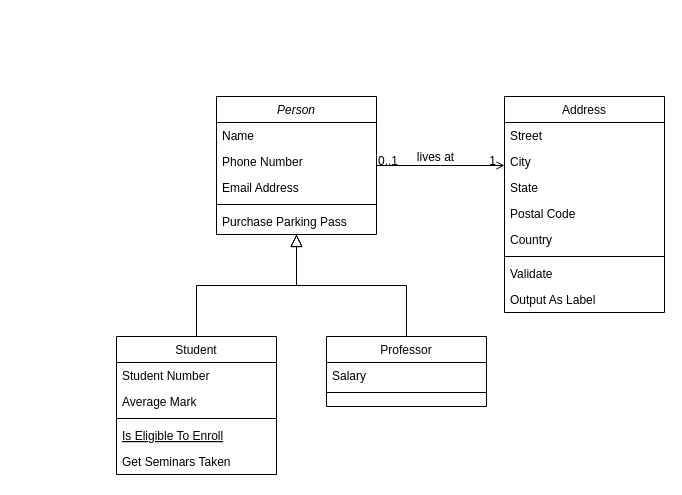
This is TelegramBotSender.drawio from lero4ka1095/CoreRepository, a draw.io file, before an edit. Source tidied: cells renumbered, new cells numbered last; positions are measured from the earlier drawing's top-left corner, leaving out a move shared by most shapes. Both pictures are drawn from the tidied source at 100%, with x=0, y=0 at pixel (116, 96).
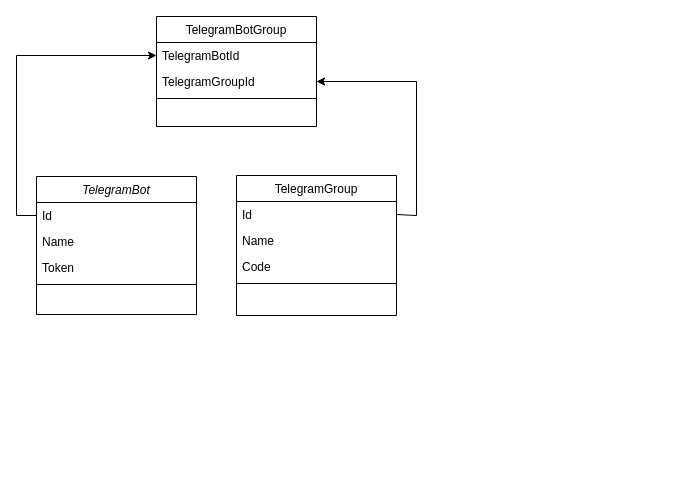
Above is the later version.

The edit, as a diff of the source:
```diff
@@
-    <mxCell id="2" value="Person" style="swimlane;fontStyle=2;align=center;verticalAlign=top;horizontal=1;startSize=26;rounded=0;shadow=0;strokeWidth=1;" parent="1" vertex="1">
-      <mxGeometry x="100" width="160" height="138" as="geometry" />
+    <mxCell id="2" value="TelegramBot" style="swimlane;fontStyle=2;align=center;verticalAlign=top;horizontal=1;startSize=26;rounded=0;shadow=0;strokeWidth=1;" parent="1" vertex="1">
+      <mxGeometry x="-80" y="80" width="160" height="138" as="geometry" />
     </mxCell>
-    <mxCell id="3" value="Name" style="text;align=left;verticalAlign=top;spacingLeft=4;spacingRight=4;overflow=hidden;points=[[0,0.5],[1,0.5]];portConstraint=eastwest;" parent="2" vertex="1">
+    <mxCell id="3" value="Id" style="text;align=left;verticalAlign=top;spacingLeft=4;spacingRight=4;overflow=hidden;points=[[0,0.5],[1,0.5]];portConstraint=eastwest;" parent="2" vertex="1">
       <mxGeometry y="26" width="160" height="26" as="geometry" />
     </mxCell>
-    <mxCell id="4" value="Phone Number" style="text;align=left;verticalAlign=top;spacingLeft=4;spacingRight=4;overflow=hidden;rounded=0;shadow=0;html=0;" parent="2" vertex="1">
+    <mxCell id="4" value="Name" style="text;align=left;verticalAlign=top;spacingLeft=4;spacingRight=4;overflow=hidden;rounded=0;shadow=0;html=0;" parent="2" vertex="1">
       <mxGeometry y="52" width="160" height="26" as="geometry" />
     </mxCell>
-    <mxCell id="5" value="Email Address" style="text;align=left;verticalAlign=top;spacingLeft=4;spacingRight=4;overflow=hidden;rounded=0;shadow=0;html=0;" parent="2" vertex="1">
+    <mxCell id="5" value="Token" style="text;align=left;verticalAlign=top;spacingLeft=4;spacingRight=4;overflow=hidden;rounded=0;shadow=0;html=0;" parent="2" vertex="1">
       <mxGeometry y="78" width="160" height="26" as="geometry" />
     </mxCell>
@@
-    <mxCell id="7" value="Purchase Parking Pass" style="text;align=left;verticalAlign=top;spacingLeft=4;spacingRight=4;overflow=hidden;" parent="2" vertex="1">
-      <mxGeometry y="112" width="160" height="26" as="geometry" />
-    </mxCell>
+    <mxCell id="32" style="edgeStyle=orthogonalEdgeStyle;rounded=0;jettySize=auto;html=1;startArrow=classic;startFill=1;endArrow=none;endFill=0;entryX=1;entryY=0.5;entryDx=0;entryDy=0;" parent="1" edge="1" source="10" target="20">
+      <mxGeometry relative="1" as="geometry">
+        <Array as="points">
+          <mxPoint x="300" y="-15" />
+          <mxPoint x="300" y="119" />
+          <mxPoint x="280" y="119" />
+        </Array>
+      </mxGeometry>
+    </mxCell>
-    <mxCell id="8" value="Student" style="swimlane;fontStyle=0;align=center;verticalAlign=top;horizontal=1;startSize=26;rounded=0;shadow=0;strokeWidth=1;" parent="1" vertex="1">
-      <mxGeometry y="240" width="160" height="138" as="geometry" />
+    <mxCell id="8" value="TelegramBotGroup" style="swimlane;fontStyle=0;align=center;verticalAlign=top;horizontal=1;startSize=26;rounded=0;shadow=0;strokeWidth=1;" parent="1" vertex="1">
+      <mxGeometry x="40" y="-80" width="160" height="110" as="geometry" />
     </mxCell>
-    <mxCell id="9" value="Student Number" style="text;align=left;verticalAlign=top;spacingLeft=4;spacingRight=4;overflow=hidden;points=[[0,0.5],[1,0.5]];portConstraint=eastwest;" parent="8" vertex="1">
+    <mxCell id="9" value="TelegramBotId" style="text;align=left;verticalAlign=top;spacingLeft=4;spacingRight=4;overflow=hidden;points=[[0,0.5],[1,0.5]];portConstraint=eastwest;" parent="8" vertex="1">
       <mxGeometry y="26" width="160" height="26" as="geometry" />
     </mxCell>
-    <mxCell id="10" value="Average Mark" style="text;align=left;verticalAlign=top;spacingLeft=4;spacingRight=4;overflow=hidden;points=[[0,0.5],[1,0.5]];portConstraint=eastwest;rounded=0;shadow=0;html=0;" parent="8" vertex="1">
+    <mxCell id="10" value="TelegramGroupId" style="text;align=left;verticalAlign=top;spacingLeft=4;spacingRight=4;overflow=hidden;points=[[0,0.5],[1,0.5]];portConstraint=eastwest;rounded=0;shadow=0;html=0;" parent="8" vertex="1">
       <mxGeometry y="52" width="160" height="26" as="geometry" />
     </mxCell>
@@
-    <mxCell id="12" value="Is Eligible To Enroll" style="text;align=left;verticalAlign=top;spacingLeft=4;spacingRight=4;overflow=hidden;fontStyle=4;" parent="8" vertex="1">
-      <mxGeometry y="86" width="160" height="26" as="geometry" />
-    </mxCell>
-    <mxCell id="13" value="Get Seminars Taken" style="text;align=left;verticalAlign=top;spacingLeft=4;spacingRight=4;overflow=hidden;" parent="8" vertex="1">
-      <mxGeometry y="112" width="160" height="26" as="geometry" />
-    </mxCell>
-    <mxCell id="14" style="endArrow=block;endSize=10;endFill=0;shadow=0;strokeWidth=1;rounded=0;edgeStyle=elbowEdgeStyle;elbow=vertical;" parent="1" edge="1" source="8" target="2">
-      <mxGeometry relative="1" as="geometry" />
+    <mxCell id="14" style="endArrow=none;endSize=10;endFill=0;shadow=0;strokeWidth=1;rounded=0;edgeStyle=elbowEdgeStyle;elbow=vertical;startArrow=classic;startFill=1;" parent="1" edge="1" source="9" target="3">
+      <mxGeometry relative="1" as="geometry">
+        <Array as="points">
+          <mxPoint x="-100" y="40" />
+          <mxPoint x="-100" y="50" />
+          <mxPoint x="20" y="200" />
+          <mxPoint x="-100" y="130" />
+        </Array>
+      </mxGeometry>
     </mxCell>
-    <mxCell id="15" value="Professor" style="swimlane;fontStyle=0;align=center;verticalAlign=top;horizontal=1;startSize=26;rounded=0;shadow=0;strokeWidth=1;" parent="1" vertex="1">
-      <mxGeometry x="210" y="240" width="160" height="70" as="geometry" />
-    </mxCell>
-    <mxCell id="16" value="Salary" style="text;align=left;verticalAlign=top;spacingLeft=4;spacingRight=4;overflow=hidden;" parent="15" vertex="1">
-      <mxGeometry y="26" width="160" height="26" as="geometry" />
-    </mxCell>
-    <mxCell id="17" style="line;html=1;strokeWidth=1;align=left;verticalAlign=middle;spacingTop=-1;spacingLeft=3;spacingRight=3;labelPosition=right;" parent="15" vertex="1">
-      <mxGeometry y="52" width="160" height="8" as="geometry" />
-    </mxCell>
-    <mxCell id="18" style="endArrow=block;endSize=10;endFill=0;shadow=0;strokeWidth=1;rounded=0;edgeStyle=elbowEdgeStyle;elbow=vertical;" parent="1" edge="1" source="15" target="2">
-      <mxGeometry relative="1" as="geometry" />
-    </mxCell>
-    <mxCell id="19" value="Address" style="swimlane;fontStyle=0;align=center;verticalAlign=top;horizontal=1;startSize=26;rounded=0;shadow=0;strokeWidth=1;" parent="1" vertex="1">
-      <mxGeometry x="388" width="160" height="216" as="geometry" />
+    <mxCell id="19" value="TelegramGroup" style="swimlane;fontStyle=0;align=center;verticalAlign=top;horizontal=1;startSize=26;rounded=0;shadow=0;strokeWidth=1;" parent="1" vertex="1">
+      <mxGeometry x="120" y="79" width="160" height="140" as="geometry" />
     </mxCell>
-    <mxCell id="20" value="Street" style="text;align=left;verticalAlign=top;spacingLeft=4;spacingRight=4;overflow=hidden;points=[[0,0.5],[1,0.5]];portConstraint=eastwest;" parent="19" vertex="1">
+    <mxCell id="20" value="Id" style="text;align=left;verticalAlign=top;spacingLeft=4;spacingRight=4;overflow=hidden;points=[[0,0.5],[1,0.5]];portConstraint=eastwest;" parent="19" vertex="1">
       <mxGeometry y="26" width="160" height="26" as="geometry" />
     </mxCell>
-    <mxCell id="21" value="City" style="text;align=left;verticalAlign=top;spacingLeft=4;spacingRight=4;overflow=hidden;rounded=0;shadow=0;html=0;" parent="19" vertex="1">
+    <mxCell id="21" value="Name" style="text;align=left;verticalAlign=top;spacingLeft=4;spacingRight=4;overflow=hidden;rounded=0;shadow=0;html=0;" parent="19" vertex="1">
       <mxGeometry y="52" width="160" height="26" as="geometry" />
     </mxCell>
-    <mxCell id="22" value="State" style="text;align=left;verticalAlign=top;spacingLeft=4;spacingRight=4;overflow=hidden;rounded=0;shadow=0;html=0;" parent="19" vertex="1">
+    <mxCell id="22" value="Code" style="text;align=left;verticalAlign=top;spacingLeft=4;spacingRight=4;overflow=hidden;rounded=0;shadow=0;html=0;" parent="19" vertex="1">
       <mxGeometry y="78" width="160" height="26" as="geometry" />
     </mxCell>
-    <mxCell id="23" value="Postal Code" style="text;align=left;verticalAlign=top;spacingLeft=4;spacingRight=4;overflow=hidden;rounded=0;shadow=0;html=0;" parent="19" vertex="1">
-      <mxGeometry y="104" width="160" height="26" as="geometry" />
-    </mxCell>
-    <mxCell id="24" value="Country" style="text;align=left;verticalAlign=top;spacingLeft=4;spacingRight=4;overflow=hidden;rounded=0;shadow=0;html=0;" parent="19" vertex="1">
-      <mxGeometry y="130" width="160" height="26" as="geometry" />
-    </mxCell>
     <mxCell id="25" style="line;html=1;strokeWidth=1;align=left;verticalAlign=middle;spacingTop=-1;spacingLeft=3;spacingRight=3;labelPosition=right;" parent="19" vertex="1">
-      <mxGeometry y="156" width="160" height="8" as="geometry" />
+      <mxGeometry y="104" width="160" height="8" as="geometry" />
     </mxCell>
-    <mxCell id="26" value="Validate" style="text;align=left;verticalAlign=top;spacingLeft=4;spacingRight=4;overflow=hidden;" parent="19" vertex="1">
-      <mxGeometry y="164" width="160" height="26" as="geometry" />
-    </mxCell>
-    <mxCell id="27" value="Output As Label" style="text;align=left;verticalAlign=top;spacingLeft=4;spacingRight=4;overflow=hidden;" parent="19" vertex="1">
-      <mxGeometry y="190" width="160" height="26" as="geometry" />
-    </mxCell>
-    <mxCell id="28" style="endArrow=open;shadow=0;strokeWidth=1;rounded=0;endFill=1;edgeStyle=elbowEdgeStyle;elbow=vertical;" parent="1" edge="1" source="2" target="19">
-      <mxGeometry x="0.5" y="41" relative="1" as="geometry">
-        <mxPoint x="-40" y="32" as="offset" />
-      </mxGeometry>
-    </mxCell>
-    <mxCell id="29" value="0..1" style="align=left;verticalAlign=bottom;labelBackgroundColor=none;fontSize=12;" parent="28" vertex="1">
-      <mxGeometry x="-1" relative="1" as="geometry">
-        <mxPoint y="4" as="offset" />
-      </mxGeometry>
-    </mxCell>
-    <mxCell id="30" value="1" style="align=right;verticalAlign=bottom;labelBackgroundColor=none;fontSize=12;" parent="28" vertex="1">
-      <mxGeometry x="1" relative="1" as="geometry">
-        <mxPoint x="-7" y="4" as="offset" />
-      </mxGeometry>
-    </mxCell>
-    <mxCell id="31" value="lives at" style="text;html=1;align=center;verticalAlign=middle;labelBackgroundColor=none;rounded=0;shadow=0;strokeWidth=1;fontSize=12;" parent="28" vertex="1">
-      <mxGeometry x="0.5" y="49" relative="1" as="geometry">
-        <mxPoint x="-38" y="40" as="offset" />
-      </mxGeometry>
-    </mxCell>
```
